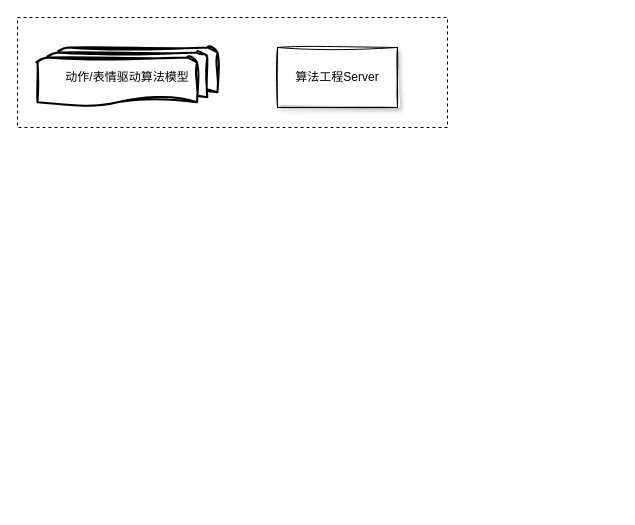
The draw.io diagram 3d_live_streaming.drawio in skindhu/9GAG, before the edit. Source tidied: cells renumbered, new cells numbered last; positions are measured from the earlier drawing's top-left corner, leaving out a move shared by most shapes. Both pictures are drawn from the tidied source at 100%, with x=0, y=0 at pixel (17, 17).
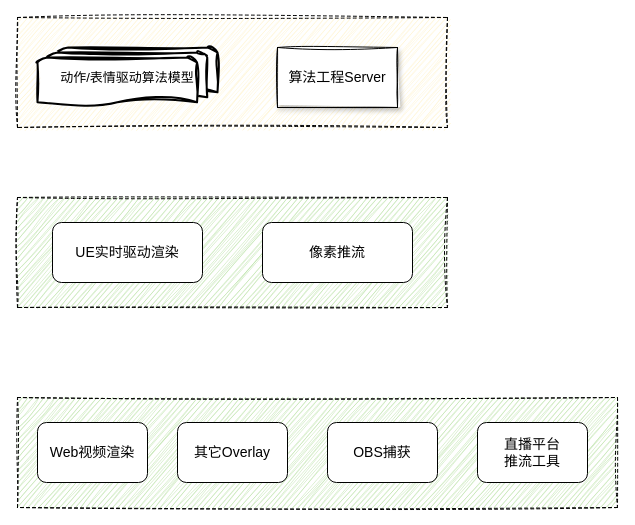
The same page after the edit.

What changed in the source:
```diff
@@
 <mxGraphModel>
   <root>
     <mxCell id="0" />
     <mxCell id="1" parent="0" />
+    <mxCell id="5" style="rounded=0;whiteSpace=wrap;html=1;dashed=1;sketch=1;curveFitting=1;jiggle=2;fillColor=#B9E0A5;" parent="1" vertex="1">
+      <mxGeometry y="180" width="430" height="110" as="geometry" />
+    </mxCell>
-    <mxCell id="2" style="rounded=0;whiteSpace=wrap;html=1;dashed=1;" parent="1" vertex="1">
+    <mxCell id="2" style="rounded=0;whiteSpace=wrap;html=1;dashed=1;sketch=1;curveFitting=1;jiggle=2;fillColor=#FFF2CC;" parent="1" vertex="1">
       <mxGeometry width="430" height="110" as="geometry" />
     </mxCell>
-    <mxCell id="3" value="动作/表情驱动算法模型" style="strokeWidth=2;html=1;shape=mxgraph.flowchart.multi-document;whiteSpace=wrap;sketch=1;curveFitting=1;jiggle=2;" parent="1" vertex="1">
+    <mxCell id="3" value="动作/表情驱动算法模型" style="strokeWidth=2;html=1;shape=mxgraph.flowchart.multi-document;whiteSpace=wrap;sketch=1;curveFitting=1;jiggle=2;fontSize=13;" parent="1" vertex="1">
       <mxGeometry x="20" y="30" width="180" height="60" as="geometry" />
     </mxCell>
-    <mxCell id="4" value="算法工程Server" style="rounded=0;whiteSpace=wrap;html=1;glass=0;sketch=1;curveFitting=1;jiggle=2;shadow=1;" parent="1" vertex="1">
+    <mxCell id="4" value="算法工程Server" style="rounded=0;whiteSpace=wrap;html=1;glass=0;sketch=1;curveFitting=1;jiggle=2;shadow=1;fontSize=14;" parent="1" vertex="1">
       <mxGeometry x="260" y="30" width="120" height="60" as="geometry" />
     </mxCell>
+    <mxCell id="6" value="UE实时驱动渲染" style="rounded=1;whiteSpace=wrap;html=1;fontSize=14;" parent="1" vertex="1">
+      <mxGeometry x="35" y="205" width="150" height="60" as="geometry" />
+    </mxCell>
+    <mxCell id="7" value="像素推流" style="rounded=1;whiteSpace=wrap;html=1;fontSize=14;" parent="1" vertex="1">
+      <mxGeometry x="245" y="205" width="150" height="60" as="geometry" />
+    </mxCell>
+    <mxCell id="8" style="rounded=0;whiteSpace=wrap;html=1;dashed=1;sketch=1;curveFitting=1;jiggle=2;fillColor=#B9E0A5;" parent="1" vertex="1">
+      <mxGeometry y="380" width="600" height="110" as="geometry" />
+    </mxCell>
+    <mxCell id="9" value="Web视频渲染" style="rounded=1;whiteSpace=wrap;html=1;fontSize=14;" parent="1" vertex="1">
+      <mxGeometry x="20" y="405" width="110" height="60" as="geometry" />
+    </mxCell>
+    <mxCell id="10" value="其它Overlay" style="rounded=1;whiteSpace=wrap;html=1;fontSize=14;" parent="1" vertex="1">
+      <mxGeometry x="160" y="405" width="110" height="60" as="geometry" />
+    </mxCell>
+    <mxCell id="11" value="OBS捕获" style="rounded=1;whiteSpace=wrap;html=1;fontSize=14;" parent="1" vertex="1">
+      <mxGeometry x="310" y="405" width="110" height="60" as="geometry" />
+    </mxCell>
+    <mxCell id="12" value="直播平台&lt;br&gt;推流工具" style="rounded=1;whiteSpace=wrap;html=1;fontSize=14;" parent="1" vertex="1">
+      <mxGeometry x="460" y="405" width="110" height="60" as="geometry" />
+    </mxCell>
   </root>
 </mxGraphModel>
```
